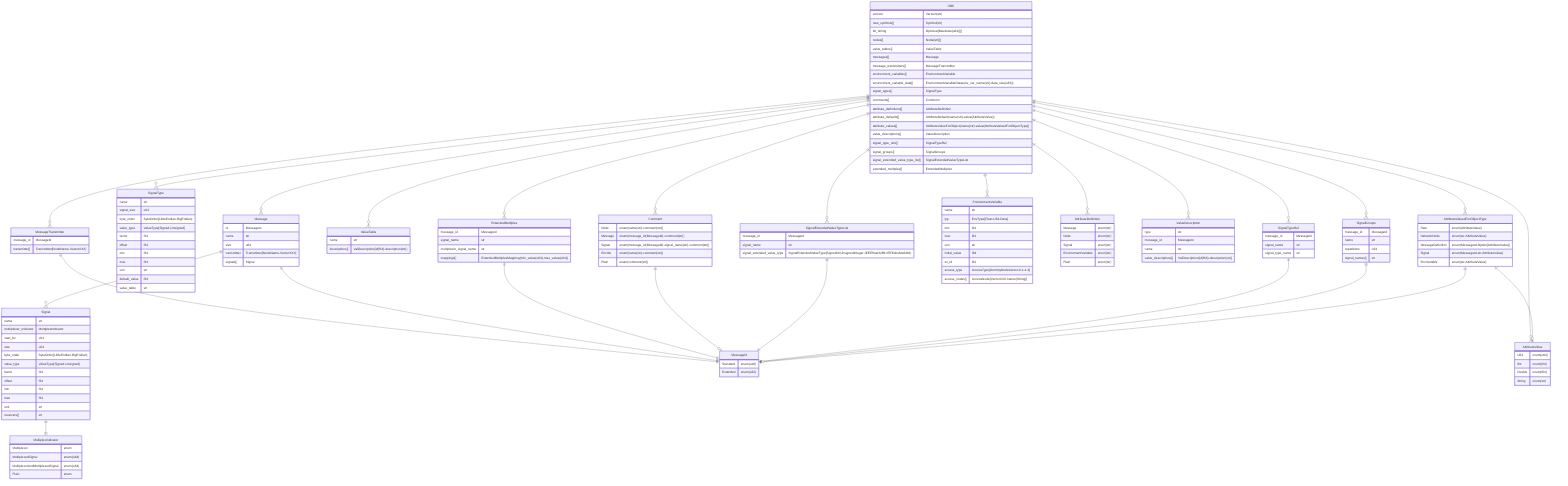
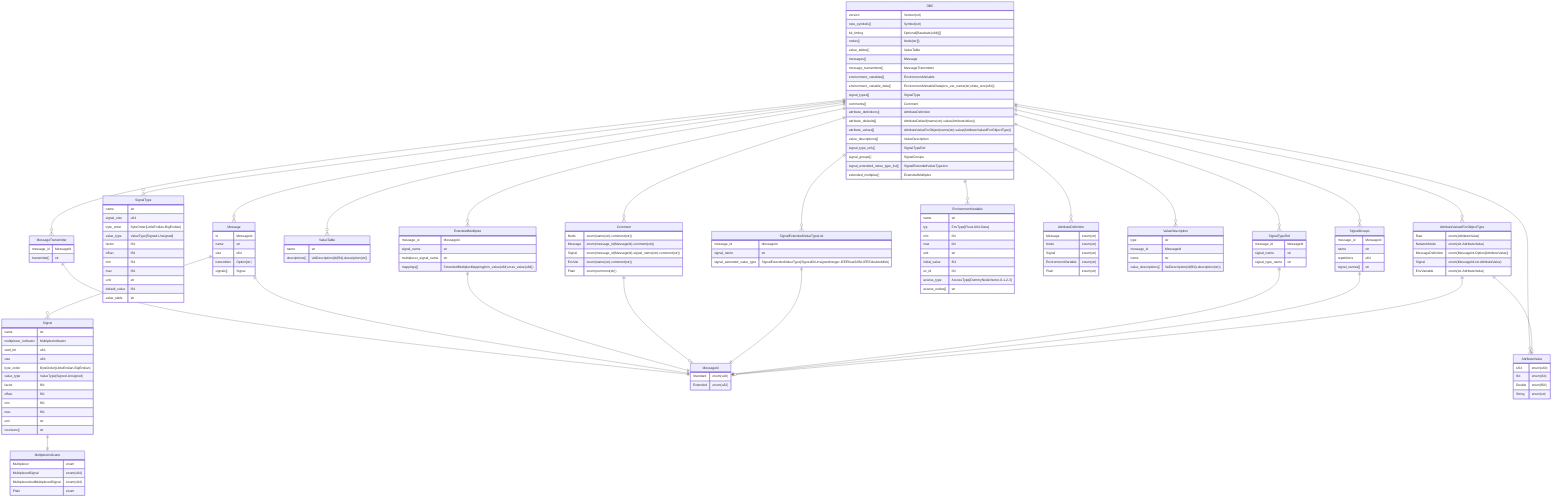
erDiagram
    DBC {
        version Version(str)
        new_symbols[] Symbol(str)
        bit_timing Optional[Baudrate(u64)[]]
        nodes[] Node(str[])
        value_tables[] ValueTable
        messages[] Message
        message_transmitters[] MessageTransmitter
        environment_variables[] EnvironmentVariable
        environment_variable_data[] EnvironmentVariableData(env_var_name(str)-data_size(u64))
        signal_types[] SignalType
        comments[] Comment
        attribute_definitions[] AttributeDefinition
        attribute_defaults[] AttributeDefault(name(str)-value(AttributeValue))
        attribute_values[] AttributeValueForObject(name(str)-value(AttributeValuedForObjectType))
        value_descriptions[] ValueDescription
        signal_type_refs[] SignalTypeRef
        signal_groups[] SignalGroups
        signal_extended_value_type_list[] SignalExtendedValueTypeList
        extended_multiplex[] ExtendedMultiplex
    }

    Signal {
        name str
        multiplexer_indicator MultiplexIndicator
        start_bit u64
        size u64
        byte_order ByteOrder[LittleEndian-BigEndian]
        value_type ValueType[Signed-Unsigned]
        factor f64
        offset f64
        min f64
        max f64
        unit str
        receivers[] str
    }

    MessageId {
        Standard enum(u16)
        Extended enum(u32)
    }

    MessageTransmitter {
        message_id MessageId
-         transmitter[] Transmitter[NodeName-VectorXXX]
+         transmitter[] str
    }

    MultiplexIndicator {
        Multiplexor enum
        MultiplexedSignal enum(u64)
        MultiplexorAndMultiplexedSignal enum(u64)
        Plain enum
    }

    SignalType {
        name str
        signal_size u64
        byte_order ByteOrder[LittleEndian-BigEndian]
        value_type ValueType[Signed-Unsigned]
        factor f64
        offset f64
        min f64
        max f64
        unit str
        default_value f64
        value_table str
    }

    AttributeValuedForObjectType {
        Raw enum(AttributeValue)
        NetworkNode enum(str-AttributeValue)
        MessageDefinition enum(MessageId-Option[AttributeValue])
        Signal enum(MessageId-str-AttributeValue)
        EnvVariable enum(str-AttributeValue)
    }

    AttributeValue {
        U64 enum(u64)
        I64 enum(i64)
        Double enum(f64)
        String enum(str)
    }

    ValueTable {
        name str
        descriptions[] ValDescription(id(f64)-description(str))
    }

    ExtendedMultiplex {
        message_id MessageId
        signal_name str
        multiplexor_signal_name str
        mappings[] ExtendedMultiplexMapping(min_value(u64)-max_value(u64))
    }

    Comment {
        Node enum(name(str)-comment(str))
        Message enum(message_id(MessageId)-comment(str))
        Signal enum(message_id(MessageId)-signal_name(str)-comment(str))
        EnvVar enum(name(str)-comment(str))
        Plain enum(comment(str))
    }

    Message {
        id MessageId
        name str
        size u64
-         transmitter Transmitter[NodeName-VectorXXX]
+         transmitter Option[str]
        signals[] Signal
    }

    EnvironmentVariable {
        name str
        typ EnvType[Float-U64-Data]
        min i64
        max i64
        unit str
        initial_value f64
        ev_id i64
        access_type AccessType[DummyNodeVector-0-1-2-3]
-         access_nodes[] AccessNode[VectorXXX-Name(String)]
+         access_nodes[] str
    }

    AttributeDefinition {
        Message enum(str)
        Node enum(str)
        Signal enum(str)
        EnvironmentVariable enum(str)
        Plain enum(str)
    }

    ValueDescription {
        type str
        message_id MessageId
        name str
        value_descriptions[] ValDescription(id(f64)-description(str))
    }

    SignalTypeRef {
        message_id MessageId
        signal_name str
        signal_type_name str
    }

    SignalGroups {
        message_id MessageId
        name str
        repetitions u64
        signal_names[] str
    }

    SignalExtendedValueTypeList {
        message_id MessageId
        signal_name str
        signal_extended_value_type SignalExtendedValueType[SignedOrUnsignedInteger-IEEEfloat32Bit-IEEEdouble64bit]
    }

%% Relationships
    DBC ||--o{ ValueTable : ""
    DBC ||--o{ Message : ""
    DBC ||--o{ MessageTransmitter : ""
    DBC ||--o{ EnvironmentVariable : ""
    DBC ||--o{ SignalType : ""
    DBC ||--o{ Comment : ""
    DBC ||--o{ AttributeDefinition : ""
    DBC ||--o{ AttributeValue : ""
    DBC ||--o{ AttributeValuedForObjectType : ""
    DBC ||--o{ ValueDescription : ""
    DBC ||--o{ SignalTypeRef : ""
    DBC ||--o{ SignalGroups : ""
    DBC ||--o{ SignalExtendedValueTypeList : ""
    DBC ||--o{ ExtendedMultiplex : ""

    Signal ||--|| MultiplexIndicator : ""

    MessageTransmitter ||--|| MessageId : ""

    Message ||--o{ Signal : ""
    Message ||--|| MessageId : ""

    ExtendedMultiplex ||--|| MessageId : ""

    Comment ||--o| MessageId : ""

    SignalExtendedValueTypeList ||--|| MessageId : ""

    SignalTypeRef ||--|| MessageId : ""

    SignalGroups ||--|| MessageId : ""

    AttributeValuedForObjectType ||--o| MessageId : ""
    AttributeValuedForObjectType ||--o| AttributeValue : ""
